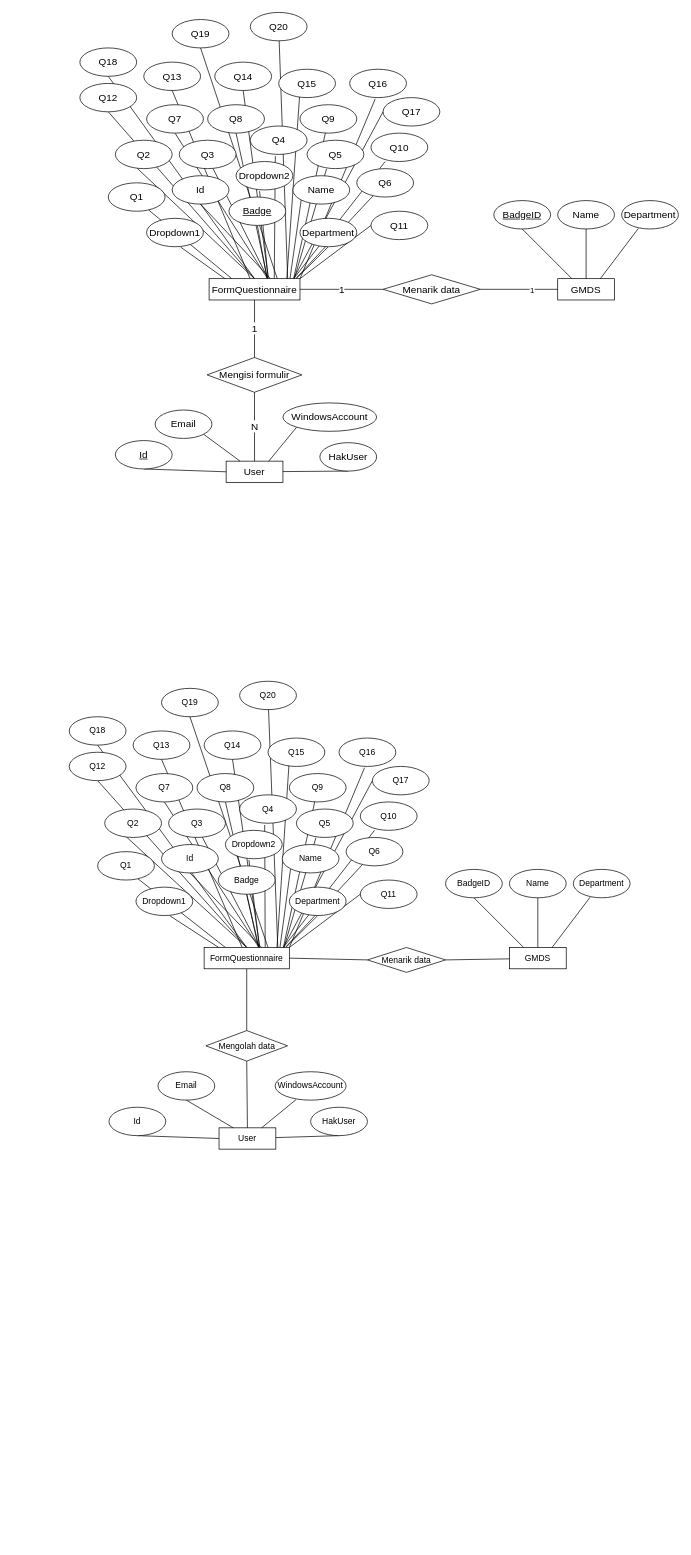
Before: erd Diagram.drawio in gabriella-029/erd, a draw.io diagram. Source tidied: cells renumbered, new cells numbered last; positions are measured from the earlier drawing's top-left corner, leaving out a move shared by most shapes. Both pictures are drawn from the tidied source at 71%, with x=0, y=0 at pixel (69, 12).
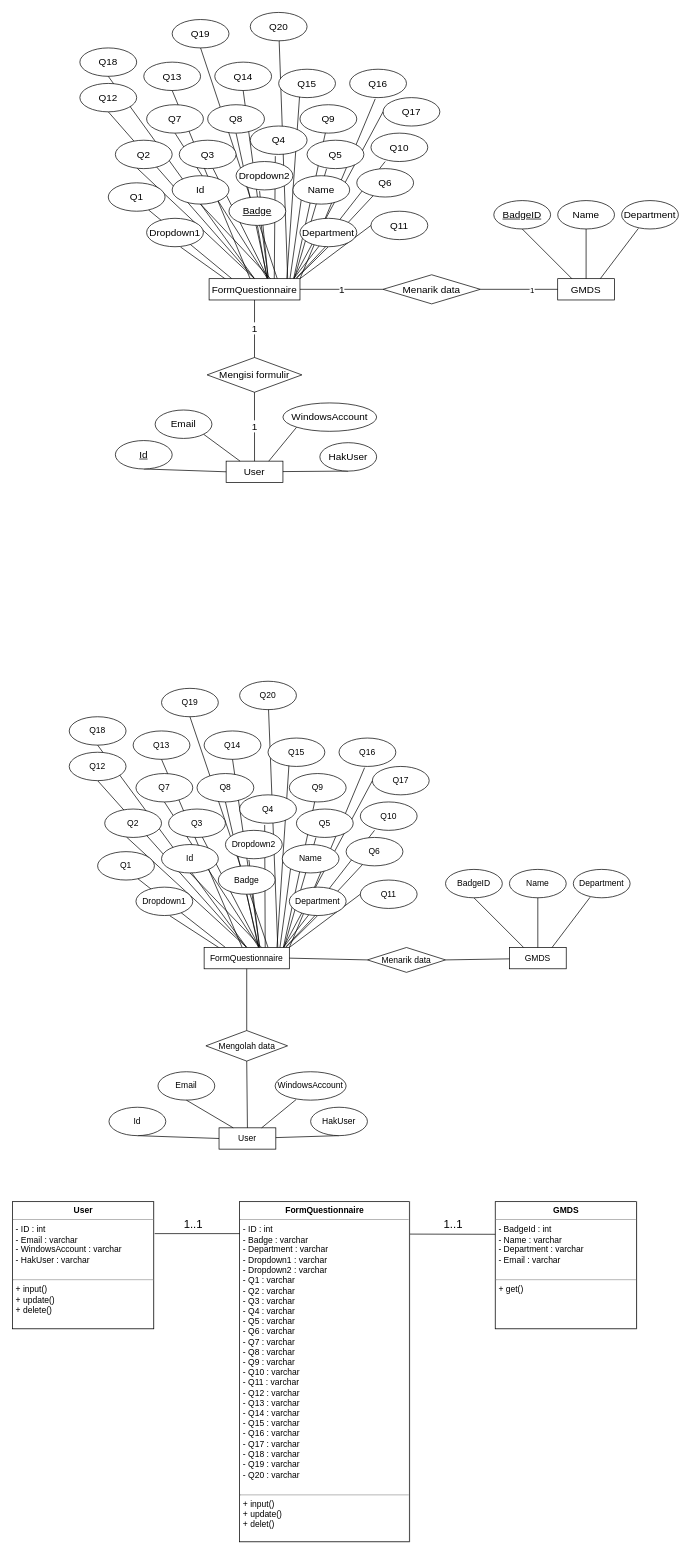
The same diagram, later.

The change refers to these unchanged cells:
```xml
<mxCell id="61" value="User" style="rounded=0;whiteSpace=wrap;html=1;fontSize=14;" parent="1" vertex="1">
  <mxGeometry x="221" y="632" width="80" height="30" as="geometry" />
</mxCell>
<mxCell id="71" value="Mengisi formulir" style="rhombus;whiteSpace=wrap;html=1;fontSize=14;" parent="1" vertex="1">
  <mxGeometry x="194.2" y="486" width="133.5" height="49" as="geometry" />
</mxCell>
```

Diff of the diagram source:
```diff
@@
-    <mxCell id="72" value="N" style="endArrow=none;html=1;rounded=0;entryX=0.5;entryY=1;entryDx=0;entryDy=0;fontSize=14;exitX=0.5;exitY=0;exitDx=0;exitDy=0;" parent="1" edge="1" source="61" target="71">
-      <mxGeometry relative="1" as="geometry" />
-    </mxCell>
@@
+    <mxCell id="72" value="1" style="endArrow=none;html=1;rounded=0;fontSize=14;entryX=0.5;entryY=1;entryDx=0;entryDy=0;exitX=0.5;exitY=0;exitDx=0;exitDy=0;" parent="1" edge="1" source="61" target="71">
+      <mxGeometry relative="1" as="geometry" />
+    </mxCell>
+    <mxCell id="154" style="edgeStyle=none;rounded=0;jettySize=auto;html=1;exitX=1;exitY=0.25;exitDx=0;exitDy=0;" parent="1" edge="1" source="155">
+      <mxGeometry relative="1" as="geometry">
+        <mxPoint x="250" y="1720" as="targetPoint" />
+      </mxGeometry>
+    </mxCell>
+    <mxCell id="155" value="&lt;p style=&quot;margin:0px;margin-top:4px;text-align:center;&quot;&gt;&lt;b&gt;User&lt;/b&gt;&lt;/p&gt;&lt;hr size=&quot;1&quot;&gt;&lt;p style=&quot;margin:0px;margin-left:4px;&quot;&gt;&lt;span style=&quot;background-color: initial;&quot;&gt;- ID : int&lt;/span&gt;&lt;/p&gt;&lt;p style=&quot;margin:0px;margin-left:4px;&quot;&gt;- Email : varchar&lt;br&gt;- WindowsAccount : varchar&lt;/p&gt;&lt;p style=&quot;margin:0px;margin-left:4px;&quot;&gt;&lt;span style=&quot;background-color: initial;&quot;&gt;- HakUser : varchar&lt;/span&gt;&lt;/p&gt;&lt;p style=&quot;margin:0px;margin-left:4px;&quot;&gt;&lt;br&gt;&lt;/p&gt;&lt;hr size=&quot;1&quot;&gt;&lt;p style=&quot;margin:0px;margin-left:4px;&quot;&gt;+ input()&lt;/p&gt;&lt;p style=&quot;margin:0px;margin-left:4px;&quot;&gt;+ update()&lt;br&gt;&lt;/p&gt;&lt;p style=&quot;margin:0px;margin-left:4px;&quot;&gt;+ delete()&lt;br&gt;&lt;/p&gt;" style="verticalAlign=top;align=left;overflow=fill;fontSize=12;fontFamily=Helvetica;html=1;labelBorderColor=default;strokeWidth=0;" parent="1" vertex="1">
+      <mxGeometry x="-80" y="1675" width="200" height="180" as="geometry" />
+    </mxCell>
+    <mxCell id="156" style="edgeStyle=none;rounded=0;jettySize=auto;html=1;entryX=0.917;entryY=0.095;entryDx=0;entryDy=0;entryPerimeter=0;" parent="1" edge="1" target="158">
+      <mxGeometry relative="1" as="geometry">
+        <mxPoint x="620" y="1721" as="sourcePoint" />
+      </mxGeometry>
+    </mxCell>
+    <mxCell id="157" value="&lt;p style=&quot;margin:0px;margin-top:4px;text-align:center;&quot;&gt;&lt;b&gt;GMDS&lt;/b&gt;&lt;/p&gt;&lt;hr size=&quot;1&quot;&gt;&lt;p style=&quot;margin:0px;margin-left:4px;&quot;&gt;&lt;span style=&quot;background-color: initial;&quot;&gt;- BadgeId : int&lt;/span&gt;&lt;/p&gt;&lt;p style=&quot;margin:0px;margin-left:4px;&quot;&gt;- Name : varchar&lt;br&gt;- Department : varchar&lt;/p&gt;&lt;p style=&quot;margin:0px;margin-left:4px;&quot;&gt;&lt;span style=&quot;background-color: initial;&quot;&gt;- Email : varchar&lt;/span&gt;&lt;/p&gt;&lt;p style=&quot;margin:0px;margin-left:4px;&quot;&gt;&lt;br&gt;&lt;/p&gt;&lt;hr size=&quot;1&quot;&gt;&lt;p style=&quot;margin:0px;margin-left:4px;&quot;&gt;+ get()&lt;/p&gt;" style="verticalAlign=top;align=left;overflow=fill;fontSize=12;fontFamily=Helvetica;html=1;labelBorderColor=default;strokeWidth=0;" parent="1" vertex="1">
+      <mxGeometry x="600" y="1675" width="200" height="180" as="geometry" />
+    </mxCell>
+    <mxCell id="158" value="&lt;p style=&quot;margin:0px;margin-top:4px;text-align:center;&quot;&gt;&lt;b&gt;FormQuestionnaire&lt;/b&gt;&lt;/p&gt;&lt;hr size=&quot;1&quot;&gt;&lt;p style=&quot;margin:0px;margin-left:4px;&quot;&gt;&lt;span style=&quot;background-color: initial;&quot;&gt;- ID : int&lt;/span&gt;&lt;/p&gt;&lt;p style=&quot;margin:0px;margin-left:4px;&quot;&gt;- Badge : varchar&lt;br&gt;- Department : varchar&lt;/p&gt;&lt;p style=&quot;margin:0px;margin-left:4px;&quot;&gt;&lt;span style=&quot;background-color: initial;&quot;&gt;- Dropdown1 : varchar&lt;/span&gt;&lt;/p&gt;&lt;p style=&quot;margin:0px;margin-left:4px;&quot;&gt;- Dropdown2 : varchar&lt;span style=&quot;background-color: initial;&quot;&gt;&lt;br&gt;&lt;/span&gt;&lt;/p&gt;&lt;p style=&quot;margin:0px;margin-left:4px;&quot;&gt;- Q1 : varchar&lt;br&gt;&lt;/p&gt;&lt;p style=&quot;margin:0px;margin-left:4px;&quot;&gt;- Q2 : varchar&lt;br&gt;&lt;/p&gt;&lt;p style=&quot;margin:0px;margin-left:4px;&quot;&gt;- Q3 : varchar&lt;br&gt;&lt;/p&gt;&lt;p style=&quot;margin:0px;margin-left:4px;&quot;&gt;- Q4 : varchar&lt;br&gt;&lt;/p&gt;&lt;p style=&quot;margin:0px;margin-left:4px;&quot;&gt;- Q5 : varchar&lt;br&gt;&lt;/p&gt;&lt;p style=&quot;margin:0px;margin-left:4px;&quot;&gt;- Q6 : varchar&lt;br&gt;&lt;/p&gt;&lt;p style=&quot;margin:0px;margin-left:4px;&quot;&gt;- Q7 : varchar&lt;br&gt;&lt;/p&gt;&lt;p style=&quot;margin:0px;margin-left:4px;&quot;&gt;- Q8 : varchar&lt;br&gt;&lt;/p&gt;&lt;p style=&quot;margin:0px;margin-left:4px;&quot;&gt;- Q9 : varchar&lt;br&gt;&lt;/p&gt;&lt;p style=&quot;margin:0px;margin-left:4px;&quot;&gt;- Q10 : varchar&lt;br&gt;&lt;/p&gt;&lt;p style=&quot;margin:0px;margin-left:4px;&quot;&gt;- Q11 : varchar&lt;br&gt;&lt;/p&gt;&lt;p style=&quot;margin:0px;margin-left:4px;&quot;&gt;- Q12 : varchar&lt;br&gt;&lt;/p&gt;&lt;p style=&quot;margin:0px;margin-left:4px;&quot;&gt;- Q13 : varchar&lt;br&gt;&lt;/p&gt;&lt;p style=&quot;margin:0px;margin-left:4px;&quot;&gt;- Q14 : varchar&lt;br&gt;&lt;/p&gt;&lt;p style=&quot;margin:0px;margin-left:4px;&quot;&gt;- Q15 : varchar&lt;br&gt;&lt;/p&gt;&lt;p style=&quot;margin:0px;margin-left:4px;&quot;&gt;- Q16 : varchar&lt;br&gt;&lt;/p&gt;&lt;p style=&quot;margin:0px;margin-left:4px;&quot;&gt;- Q17 : varchar&lt;br&gt;&lt;/p&gt;&lt;p style=&quot;margin:0px;margin-left:4px;&quot;&gt;- Q18 : varchar&lt;br&gt;&lt;/p&gt;&lt;p style=&quot;margin:0px;margin-left:4px;&quot;&gt;- Q19 : varchar&lt;br&gt;&lt;/p&gt;&lt;p style=&quot;margin:0px;margin-left:4px;&quot;&gt;- Q20 : varchar&lt;br&gt;&lt;/p&gt;&lt;p style=&quot;margin:0px;margin-left:4px;&quot;&gt;&lt;br&gt;&lt;/p&gt;&lt;hr size=&quot;1&quot;&gt;&lt;p style=&quot;margin: 0px 0px 0px 4px;&quot;&gt;+ input()&lt;/p&gt;&lt;p style=&quot;margin: 0px 0px 0px 4px;&quot;&gt;+ update()&lt;br&gt;&lt;/p&gt;&lt;p style=&quot;margin: 0px 0px 0px 4px;&quot;&gt;+ delet()&lt;/p&gt;" style="verticalAlign=top;align=left;overflow=fill;fontSize=12;fontFamily=Helvetica;html=1;labelBorderColor=default;strokeWidth=0;" parent="1" vertex="1">
+      <mxGeometry x="240" y="1675" width="240" height="480" as="geometry" />
+    </mxCell>
+    <mxCell id="159" value="1..1" style="text;strokeColor=none;fillColor=none;html=1;align=center;verticalAlign=middle;whiteSpace=wrap;rounded=0;fontSize=16;" parent="1" vertex="1">
+      <mxGeometry x="536" y="1702" width="10" height="10" as="geometry" />
+    </mxCell>
+    <mxCell id="160" value="1..1" style="text;strokeColor=none;fillColor=none;html=1;align=center;verticalAlign=middle;whiteSpace=wrap;rounded=0;fontSize=16;" parent="1" vertex="1">
+      <mxGeometry x="170" y="1702" width="10" height="10" as="geometry" />
+    </mxCell>
```
